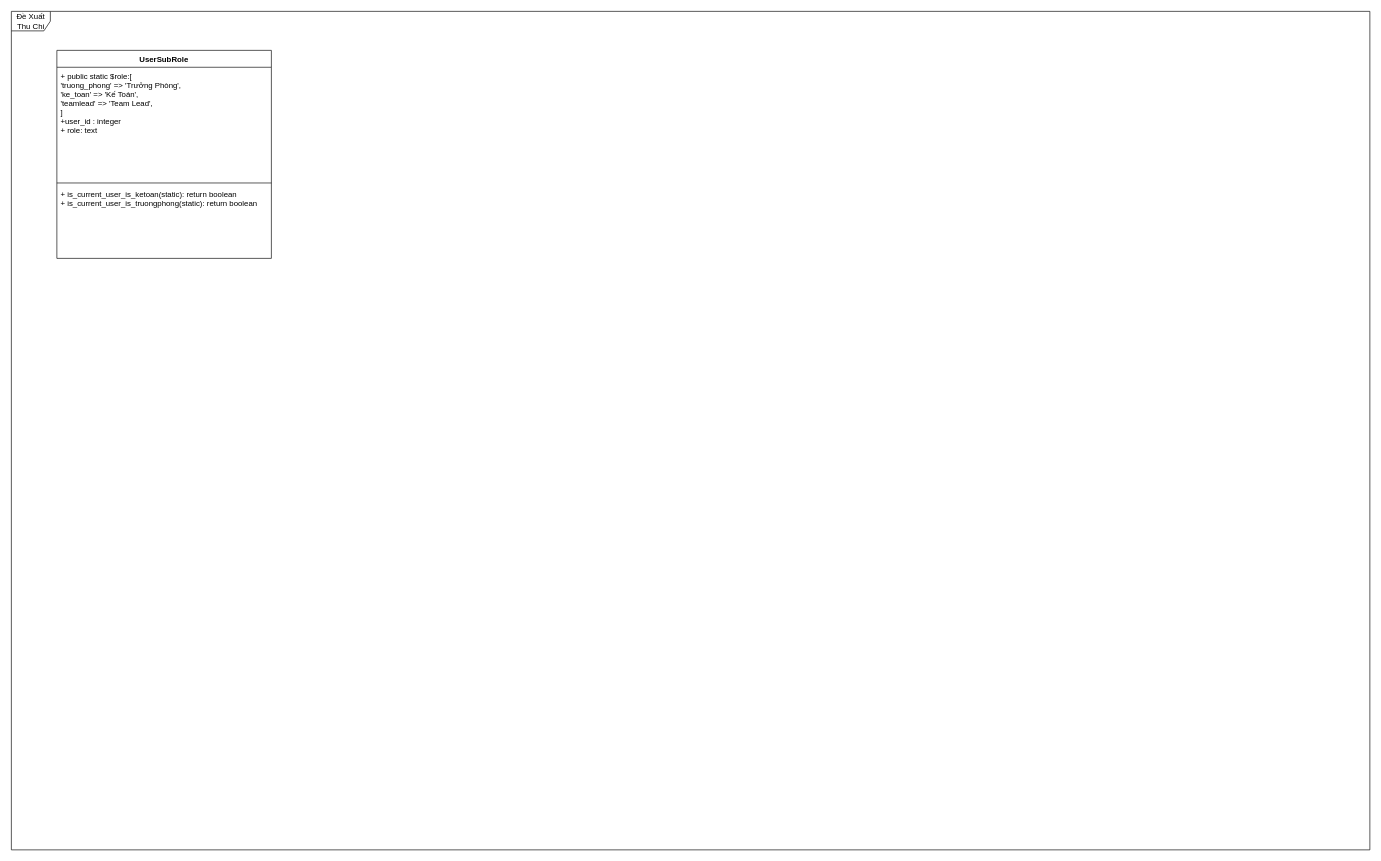
The draw.io diagram Đề Xuất Thu Chi.drawio in thangmyauris/classdiagram, before the edit. Source tidied: cells renumbered, new cells numbered last; positions are measured from the earlier drawing's top-left corner, leaving out a move shared by most shapes. Both pictures are drawn from the tidied source at 65%, with x=0, y=0 at pixel (11, 11).
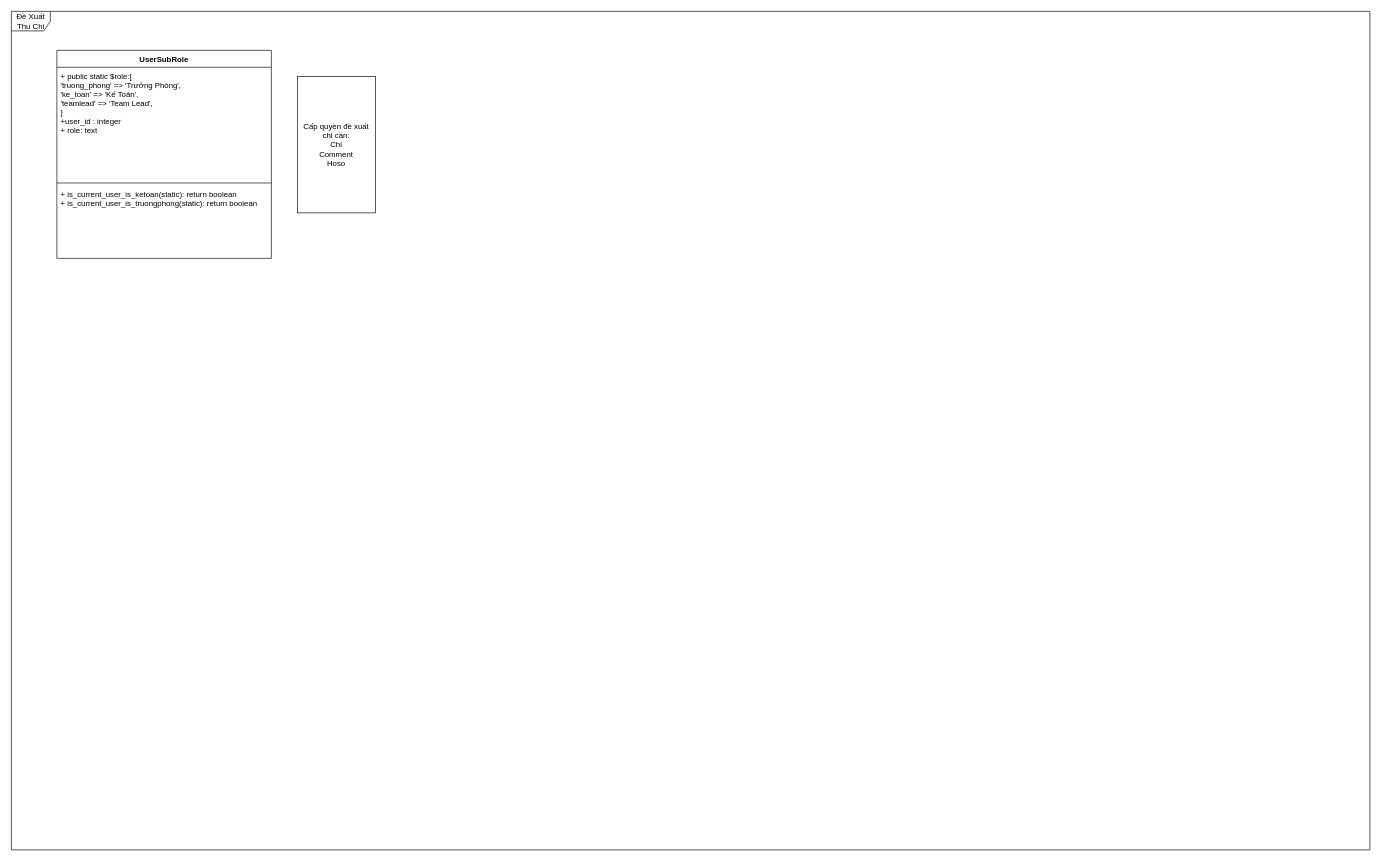
After the change.

Diff of the diagram source:
```diff
@@
 <mxGraphModel>
   <root>
     <mxCell id="0" />
     <mxCell id="1" parent="0" />
     <mxCell id="2" value="Đề Xuất Thu Chi" style="shape=umlFrame;whiteSpace=wrap;html=1;" parent="1" vertex="1">
       <mxGeometry width="2090" height="1290" as="geometry" />
     </mxCell>
     <mxCell id="3" value="UserSubRole" style="swimlane;fontStyle=1;align=center;verticalAlign=top;horizontal=1;startSize=26;" parent="1" vertex="1">
       <mxGeometry x="70" y="60" width="330" height="320" as="geometry" />
     </mxCell>
     <mxCell id="4" value="+ public static $role:[&#10;    'truong_phong' =&gt; 'Trưởng Phòng',&#10;    'ke_toan' =&gt; 'Kế Toán',&#10;    'teamlead' =&gt; 'Team Lead',&#10;] &#10;+user_id : integer&#10;+ role: text" style="text;strokeColor=none;fillColor=none;align=left;verticalAlign=top;spacingLeft=4;spacingRight=4;overflow=hidden;" parent="3" vertex="1">
       <mxGeometry y="26" width="330" height="174" as="geometry" />
     </mxCell>
     <mxCell id="5" style="line;strokeWidth=1;fillColor=none;align=left;verticalAlign=middle;spacingTop=-1;spacingLeft=3;spacingRight=3;labelPosition=right;" parent="3" vertex="1">
       <mxGeometry y="200" width="330" height="8" as="geometry" />
     </mxCell>
     <mxCell id="6" value="+ is_current_user_is_ketoan(static): return boolean&#10;+ is_current_user_is_truongphong(static): return boolean&#10;&#10;" style="text;strokeColor=none;fillColor=none;align=left;verticalAlign=top;spacingLeft=4;spacingRight=4;overflow=hidden;" parent="3" vertex="1">
       <mxGeometry y="208" width="330" height="112" as="geometry" />
     </mxCell>
+    <mxCell id="7" value="Cấp quyền đề xuất chi cần:&lt;br&gt;Chi&lt;br&gt;Comment&lt;br&gt;Hoso" style="rounded=0;whiteSpace=wrap;html=1;" parent="1" vertex="1">
+      <mxGeometry x="440" y="100" width="120" height="210" as="geometry" />
+    </mxCell>
   </root>
 </mxGraphModel>
```
